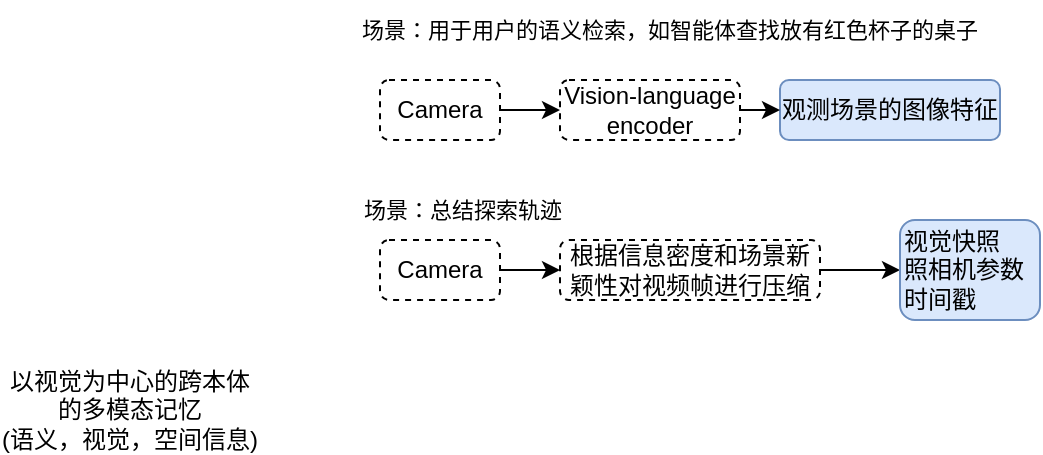
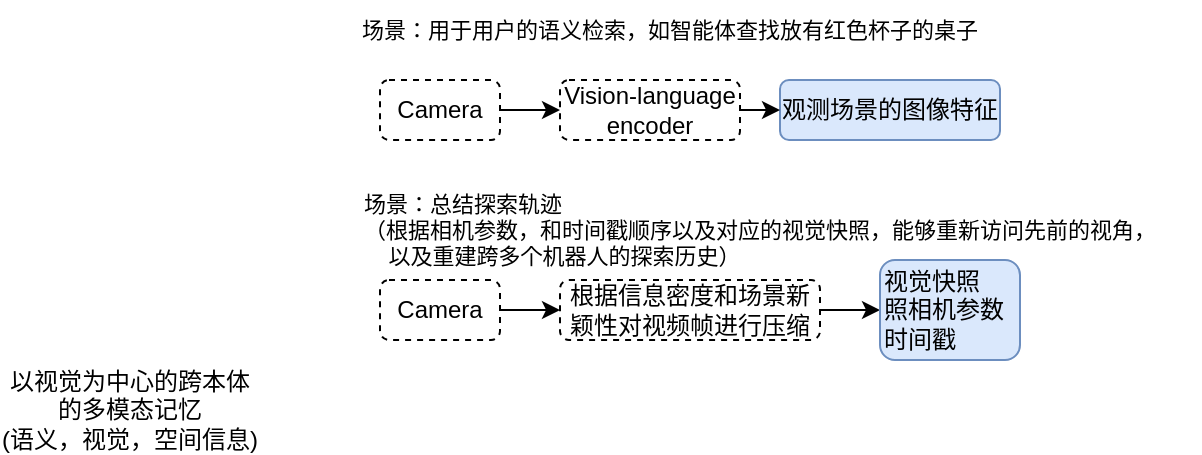
<mxfile host="app.diagrams.net">
  <diagram name="第 1 页" id="ri1UiOSOw__C7K71Jf-3">
    <mxGraphModel dx="884" dy="479" grid="1" gridSize="10" guides="1" tooltips="1" connect="1" arrows="1" fold="1" page="1" pageScale="1" pageWidth="3300" pageHeight="2339" math="0" shadow="0">
      <root>
        <mxCell id="0" />
        <mxCell id="1" parent="0" />
        <mxCell id="8uAygAgR7DF40HWwl34I-1" parent="1" style="text;html=1;whiteSpace=wrap;strokeColor=none;fillColor=none;align=center;verticalAlign=middle;rounded=0;" value="以视觉为中心的跨本体的多模态记忆&lt;br&gt;(语义，视觉，空间信息)" vertex="1">
          <mxGeometry height="30" width="130" x="20" y="260" as="geometry" />
        </mxCell>
        <mxCell id="8uAygAgR7DF40HWwl34I-2" parent="1" style="rounded=1;whiteSpace=wrap;html=1;fillColor=#dae8fc;strokeColor=#6c8ebf;" value="观测场景的图像特征" vertex="1">
          <mxGeometry height="30" width="110" x="410" y="110" as="geometry" />
        </mxCell>
        <mxCell id="8uAygAgR7DF40HWwl34I-5" edge="1" parent="1" source="8uAygAgR7DF40HWwl34I-3" style="edgeStyle=orthogonalEdgeStyle;rounded=0;orthogonalLoop=1;jettySize=auto;html=1;exitX=1;exitY=0.5;exitDx=0;exitDy=0;entryX=0;entryY=0.5;entryDx=0;entryDy=0;" target="8uAygAgR7DF40HWwl34I-2">
          <mxGeometry relative="1" as="geometry" />
        </mxCell>
        <mxCell id="8uAygAgR7DF40HWwl34I-3" parent="1" style="rounded=1;whiteSpace=wrap;html=1;dashed=1;" value="Vision-language encoder" vertex="1">
          <mxGeometry height="30" width="90" x="300" y="110" as="geometry" />
        </mxCell>
        <mxCell id="8uAygAgR7DF40HWwl34I-6" edge="1" parent="1" source="8uAygAgR7DF40HWwl34I-4" style="edgeStyle=orthogonalEdgeStyle;rounded=0;orthogonalLoop=1;jettySize=auto;html=1;exitX=1;exitY=0.5;exitDx=0;exitDy=0;entryX=0;entryY=0.5;entryDx=0;entryDy=0;" target="8uAygAgR7DF40HWwl34I-3">
          <mxGeometry relative="1" as="geometry" />
        </mxCell>
        <mxCell id="8uAygAgR7DF40HWwl34I-4" parent="1" style="rounded=1;whiteSpace=wrap;html=1;dashed=1;" value="Camera" vertex="1">
          <mxGeometry height="30" width="60" x="210" y="110" as="geometry" />
        </mxCell>
        <mxCell id="8uAygAgR7DF40HWwl34I-7" parent="1" style="text;html=1;whiteSpace=wrap;strokeColor=none;fillColor=none;align=center;verticalAlign=middle;rounded=0;fontSize=11;" value="场景：用于用户的语义检索，如智能体查找放有红色杯子的桌子" vertex="1">
          <mxGeometry height="30" width="310" x="200" y="70" as="geometry" />
        </mxCell>
        <mxCell id="8uAygAgR7DF40HWwl34I-10" edge="1" parent="1" source="8uAygAgR7DF40HWwl34I-8" style="edgeStyle=orthogonalEdgeStyle;rounded=0;orthogonalLoop=1;jettySize=auto;html=1;" target="8uAygAgR7DF40HWwl34I-9" value="">
          <mxGeometry relative="1" as="geometry" />
        </mxCell>
        <mxCell id="8uAygAgR7DF40HWwl34I-8" parent="1" style="rounded=1;whiteSpace=wrap;html=1;dashed=1;" value="Camera" vertex="1">
-           <mxGeometry height="30" width="60" x="210" y="190" as="geometry" />
+           <mxGeometry height="30" width="60" x="210" y="210" as="geometry" />
        </mxCell>
        <mxCell id="8uAygAgR7DF40HWwl34I-14" edge="1" parent="1" source="8uAygAgR7DF40HWwl34I-9" style="edgeStyle=orthogonalEdgeStyle;rounded=0;orthogonalLoop=1;jettySize=auto;html=1;exitX=1;exitY=0.5;exitDx=0;exitDy=0;entryX=0;entryY=0.5;entryDx=0;entryDy=0;" target="8uAygAgR7DF40HWwl34I-13">
          <mxGeometry relative="1" as="geometry" />
        </mxCell>
        <mxCell id="8uAygAgR7DF40HWwl34I-9" parent="1" style="rounded=1;whiteSpace=wrap;html=1;dashed=1;" value="根据信息密度和场景新颖性对视频帧进行压缩" vertex="1">
-           <mxGeometry height="30" width="130" x="300" y="190" as="geometry" />
+           <mxGeometry height="30" width="130" x="300" y="210" as="geometry" />
        </mxCell>
-         <mxCell id="8uAygAgR7DF40HWwl34I-11" parent="1" style="text;html=1;whiteSpace=wrap;strokeColor=none;fillColor=none;align=left;verticalAlign=middle;rounded=0;fontSize=11;" value="场景：总结探索轨迹" vertex="1">
-           <mxGeometry height="30" width="110" x="200" y="160" as="geometry" />
+         <mxCell id="8uAygAgR7DF40HWwl34I-11" parent="1" style="text;html=1;whiteSpace=wrap;strokeColor=none;fillColor=none;align=left;verticalAlign=middle;rounded=0;fontSize=11;" value="场景：总结探索轨迹&lt;br&gt;（根据相机参数，和时间戳顺序以及对应的视觉快照，能够重新访问先前的视角，&lt;br&gt;&amp;nbsp; &amp;nbsp; 以及重建跨多个机器人的探索历史）" vertex="1">
+           <mxGeometry height="30" width="420" x="200" y="170" as="geometry" />
        </mxCell>
        <mxCell id="8uAygAgR7DF40HWwl34I-13" parent="1" style="rounded=1;whiteSpace=wrap;html=1;fillColor=#dae8fc;strokeColor=#6c8ebf;align=left;" value="视觉快照&lt;br&gt;&lt;span style=&quot;&quot;&gt;照相机参数&lt;/span&gt;&lt;div style=&quot;&quot;&gt;时间戳&lt;/div&gt;" vertex="1">
-           <mxGeometry height="50" width="70" x="470" y="180" as="geometry" />
+           <mxGeometry height="50" width="70" x="460" y="200" as="geometry" />
        </mxCell>
      </root>
    </mxGraphModel>
  </diagram>
</mxfile>
